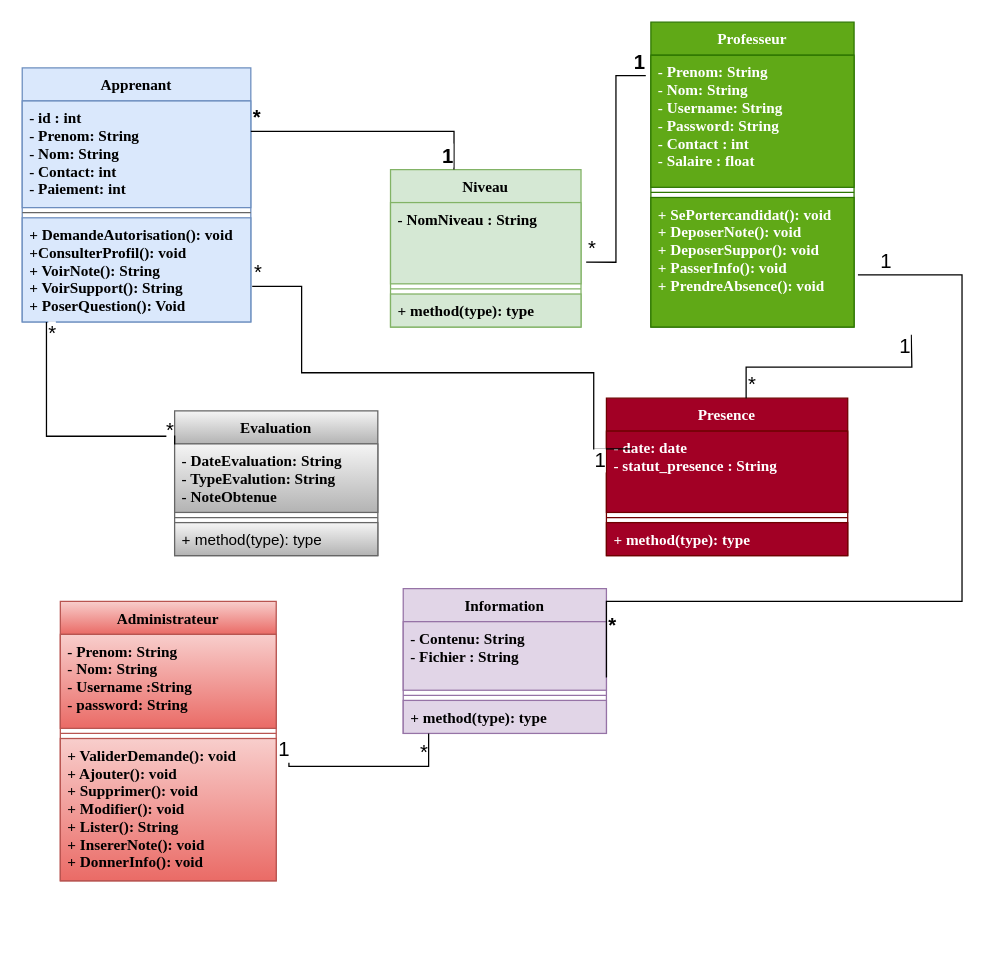
Before: Diagramme sans nom.drawio in BachirSylla/Mon-memoire, a draw.io diagram. Source tidied: cells renumbered, new cells numbered last; positions are measured from the earlier drawing's top-left corner, leaving out a move shared by most shapes. Both pictures are drawn from the tidied source at 127%, with x=0, y=0 at pixel (22, 22).
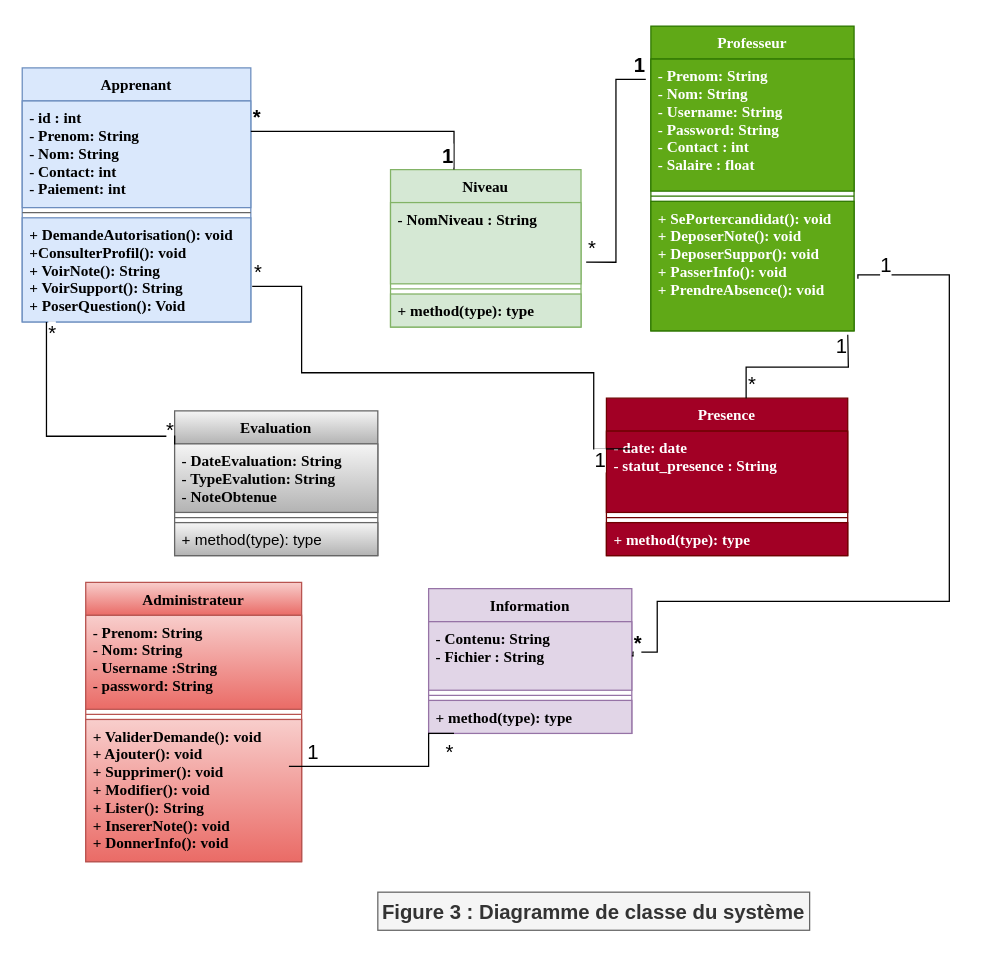
The same diagram, later.

Commit message:
Mettre à jour Diagramme sans nom.drawio

Unchanged cells that the change refers to:
```xml
<mxCell id="5" value="+ SePortercandidat(): void&#10;+ DeposerNote(): void&#10;+ DeposerSuppor(): void&#10;+ PasserInfo(): void&#10;+ PrendreAbsence(): void" style="text;strokeColor=#2D7600;fillColor=#60a917;align=left;verticalAlign=top;spacingLeft=4;spacingRight=4;overflow=hidden;points=[[0,0.5],[1,0.5]];portConstraint=eastwest;fontColor=#ffffff;fontStyle=1;fontFamily=Times New Roman;" parent="2" vertex="1">
  <mxGeometry y="138" width="160" height="102" as="geometry" />
</mxCell>
<mxCell id="14" value="Presence" style="swimlane;fontStyle=1;align=center;verticalAlign=top;horizontal=1;startSize=26;fillColor=#a20025;fontColor=#ffffff;strokeColor=#6F0000;fontFamily=Times New Roman;" parent="1" vertex="1">
  <mxGeometry x="460" y="296" width="190" height="124" as="geometry" />
</mxCell>
<mxCell id="21" value="+ method(type): type" style="text;strokeColor=#9673a6;fillColor=#e1d5e7;align=left;verticalAlign=top;spacingLeft=4;spacingRight=4;overflow=hidden;points=[[0,0.5],[1,0.5]];portConstraint=eastwest;fontFamily=Times New Roman;fontStyle=1;" parent="18" vertex="1">
  <mxGeometry y="88" width="160" height="26" as="geometry" />
</mxCell>
```

Diff of the diagram source:
```diff
@@
     <mxCell id="2" value="Professeur" style="swimlane;fontStyle=1;align=center;verticalAlign=top;horizontal=1;startSize=26;fillColor=#60a917;fontColor=#ffffff;strokeColor=#2D7600;fontFamily=Times New Roman;" parent="1" vertex="1">
-      <mxGeometry x="495" width="160" height="240" as="geometry" />
+      <mxGeometry x="495" y="3" width="160" height="240" as="geometry" />
     </mxCell>
@@
     <mxCell id="18" value="Information" style="swimlane;fontStyle=1;align=center;verticalAlign=top;horizontal=1;startSize=26;fillColor=#e1d5e7;strokeColor=#9673a6;fontFamily=Times New Roman;" parent="1" vertex="1">
-      <mxGeometry x="300" y="446" width="160" height="114" as="geometry" />
+      <mxGeometry x="320" y="446" width="160" height="114" as="geometry" />
     </mxCell>
@@
     <mxCell id="26" value="Administrateur" style="swimlane;fontStyle=1;align=center;verticalAlign=top;horizontal=1;startSize=26;fillColor=#f8cecc;gradientColor=#ea6b66;strokeColor=#b85450;fontFamily=Times New Roman;" parent="1" vertex="1">
-      <mxGeometry x="30" y="456" width="170" height="220" as="geometry" />
+      <mxGeometry x="50" y="441" width="170" height="220" as="geometry" />
     </mxCell>
@@
     <mxCell id="39" style="endArrow=none;html=1;edgeStyle=orthogonalEdgeStyle;rounded=0;fontSize=16;exitX=0.579;exitY=0;exitDx=0;exitDy=0;exitPerimeter=0;" parent="1" edge="1" source="14">
       <mxGeometry relative="1" as="geometry">
-        <mxPoint x="700" y="246" as="targetPoint" />
+        <mxPoint x="650" y="246" as="targetPoint" />
       </mxGeometry>
     </mxCell>
@@
     <mxCell id="42" style="endArrow=none;html=1;edgeStyle=orthogonalEdgeStyle;rounded=0;fontSize=16;entryX=0.125;entryY=1;entryDx=0;entryDy=0;entryPerimeter=0;" parent="1" edge="1" target="21">
       <mxGeometry relative="1" as="geometry">
-        <mxPoint x="210" y="583" as="sourcePoint" />
+        <mxPoint x="230" y="586" as="sourcePoint" />
         <Array as="points">
           <mxPoint x="210" y="586" />
           <mxPoint x="320" y="586" />
+          <mxPoint x="320" y="560" />
         </Array>
       </mxGeometry>
     </mxCell>
     <mxCell id="43" value="1" style="edgeLabel;html=1;align=left;verticalAlign=bottom;fontSize=16;" parent="42" vertex="1">
       <mxGeometry x="-1" relative="1" as="geometry">
-        <mxPoint x="-10" as="offset" />
+        <mxPoint x="-7" as="offset" />
       </mxGeometry>
     </mxCell>
@@
     <mxCell id="48" style="endArrow=none;html=1;edgeStyle=orthogonalEdgeStyle;rounded=0;fontSize=16;entryX=1.019;entryY=0.598;entryDx=0;entryDy=0;entryPerimeter=0;" parent="1" edge="1" target="5">
       <mxGeometry relative="1" as="geometry">
-        <mxPoint x="460" y="516" as="sourcePoint" />
+        <mxPoint x="480" y="499" as="sourcePoint" />
         <Array as="points">
-          <mxPoint x="460" y="456" />
-          <mxPoint x="740" y="456" />
-          <mxPoint x="740" y="199" />
+          <mxPoint x="481" y="499" />
+          <mxPoint x="481" y="496" />
+          <mxPoint x="500" y="496" />
+          <mxPoint x="500" y="456" />
+          <mxPoint x="730" y="456" />
+          <mxPoint x="730" y="199" />
         </Array>
       </mxGeometry>
     </mxCell>
     <mxCell id="49" value="*" style="edgeLabel;html=1;align=left;verticalAlign=bottom;fontSize=16;fontStyle=1;" parent="48" vertex="1">
       <mxGeometry x="-1" relative="1" as="geometry">
-        <mxPoint y="-30" as="offset" />
+        <mxPoint y="1" as="offset" />
       </mxGeometry>
     </mxCell>
@@
+    <mxCell id="51" value="Figure 3 : Diagramme de classe du système" style="text;align=center;fontStyle=1;verticalAlign=middle;spacingLeft=3;spacingRight=3;fontSize=16;fillColor=#f5f5f5;fontColor=#333333;strokeColor=#666666;" parent="1" vertex="1">
+      <mxGeometry x="280" y="685" width="340" height="30" as="geometry" />
+    </mxCell>
```
